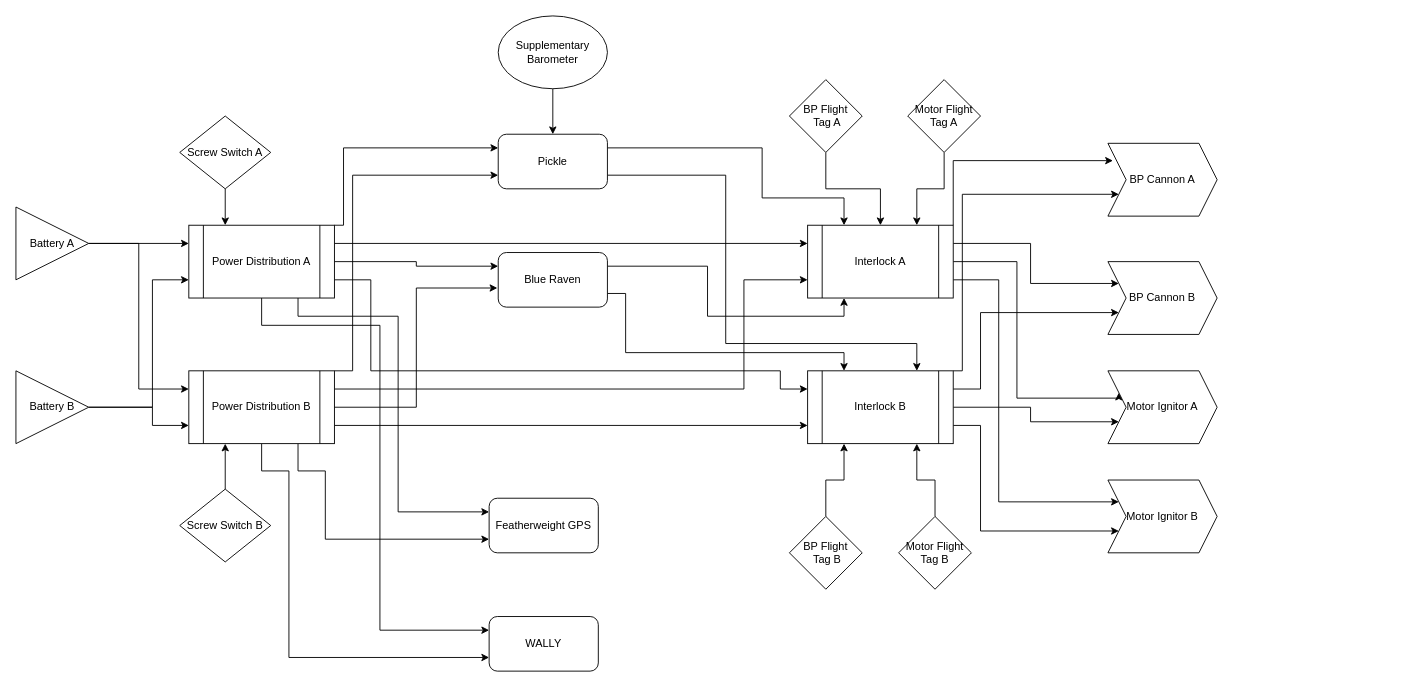
Earlier version of the draw.io diagram SIRIUS_sustainer.drawio (icl-rocketry/wally). Source tidied: cells renumbered, new cells numbered last; positions are measured from the earlier drawing's top-left corner, leaving out a move shared by most shapes. Both pictures are drawn from the tidied source at 91%, with x=0, y=0 at pixel (15, 15).
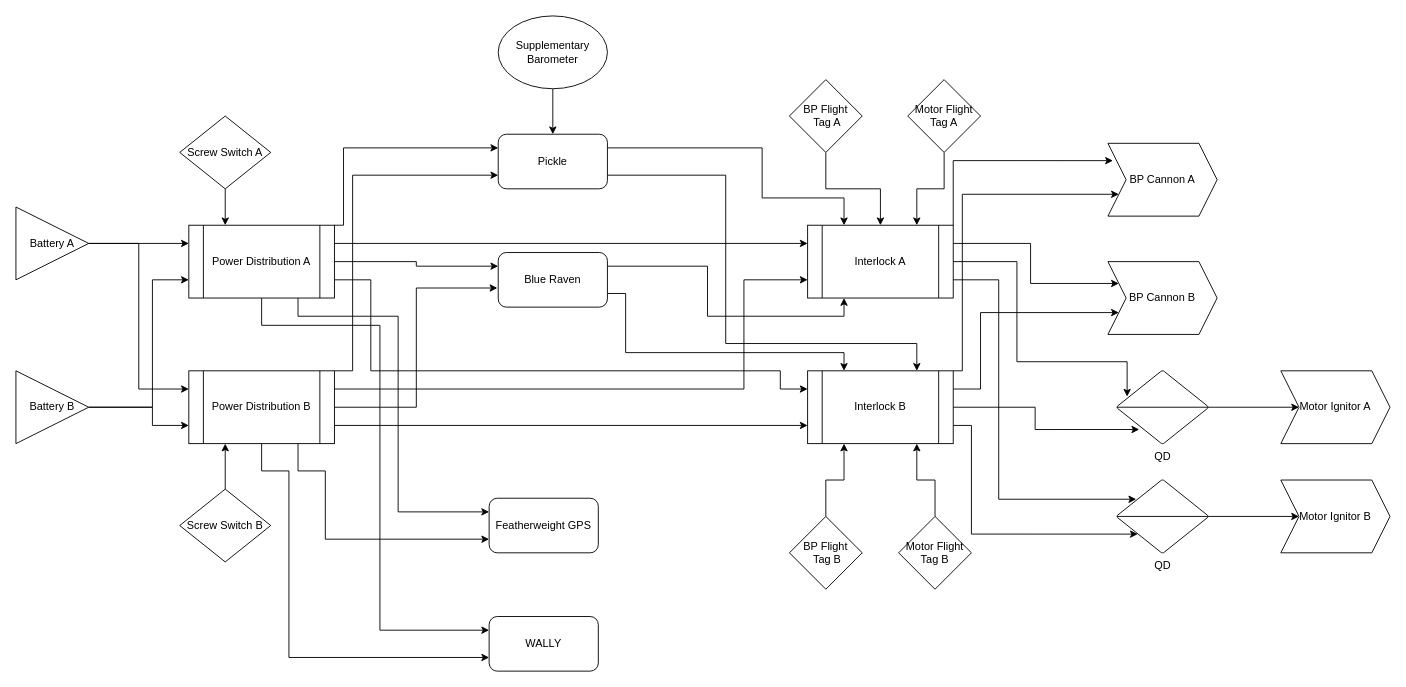
Above is the later version.

Unchanged cells that the change refers to:
```xml
<mxCell id="38" value="Interlock A" style="shape=process;whiteSpace=wrap;html=1;backgroundOutline=1;" parent="1" vertex="1">
  <mxGeometry x="870" y="230" width="160" height="80" as="geometry" />
</mxCell>
<mxCell id="43" value="Interlock B" style="shape=process;whiteSpace=wrap;html=1;backgroundOutline=1;" parent="1" vertex="1">
  <mxGeometry x="870" y="390" width="160" height="80" as="geometry" />
</mxCell>
```

The edit, as a diff of the source:
```diff
@@
-    <mxCell id="36" style="edgeStyle=orthogonalEdgeStyle;rounded=0;jettySize=auto;html=1;exitX=1;exitY=0.5;exitDx=0;exitDy=0;entryX=0;entryY=0.25;entryDx=0;entryDy=0;" parent="1" edge="1" source="38" target="46">
-      <mxGeometry relative="1" as="geometry">
-        <Array as="points">
-          <mxPoint x="1100" y="270" />
-          <mxPoint x="1100" y="420" />
-          <mxPoint x="1212" y="420" />
-        </Array>
-      </mxGeometry>
-    </mxCell>
-    <mxCell id="37" style="edgeStyle=orthogonalEdgeStyle;rounded=0;jettySize=auto;html=1;exitX=1;exitY=0.75;exitDx=0;exitDy=0;entryX=0;entryY=0.25;entryDx=0;entryDy=0;" parent="1" edge="1" source="38" target="47">
-      <mxGeometry relative="1" as="geometry">
-        <Array as="points">
-          <mxPoint x="1080" y="290" />
-          <mxPoint x="1080" y="534" />
-        </Array>
-      </mxGeometry>
-    </mxCell>
@@
-    <mxCell id="41" style="edgeStyle=orthogonalEdgeStyle;rounded=0;jettySize=auto;html=1;exitX=1;exitY=0.5;exitDx=0;exitDy=0;entryX=0;entryY=0.75;entryDx=0;entryDy=0;" parent="1" edge="1" source="43" target="46">
-      <mxGeometry relative="1" as="geometry" />
-    </mxCell>
-    <mxCell id="42" style="edgeStyle=orthogonalEdgeStyle;rounded=0;jettySize=auto;html=1;exitX=1;exitY=0.75;exitDx=0;exitDy=0;entryX=0;entryY=0.75;entryDx=0;entryDy=0;" parent="1" edge="1" source="43" target="47">
-      <mxGeometry relative="1" as="geometry">
-        <Array as="points">
-          <mxPoint x="1060" y="450" />
-          <mxPoint x="1060" y="566" />
-        </Array>
-      </mxGeometry>
-    </mxCell>
@@
     <mxCell id="46" value="Motor Ignitor A" style="shape=step;perimeter=stepPerimeter;whiteSpace=wrap;html=1;fixedSize=1;" parent="1" vertex="1">
-      <mxGeometry x="1200" y="390" width="120" height="80" as="geometry" />
+      <mxGeometry x="1390" y="390" width="120" height="80" as="geometry" />
     </mxCell>
     <mxCell id="47" value="Motor Ignitor B" style="shape=step;perimeter=stepPerimeter;whiteSpace=wrap;html=1;fixedSize=1;" parent="1" vertex="1">
-      <mxGeometry x="1200" y="510" width="120" height="80" as="geometry" />
+      <mxGeometry x="1390" y="510" width="120" height="80" as="geometry" />
     </mxCell>
@@
+    <mxCell id="58" style="edgeStyle=orthogonalEdgeStyle;rounded=0;jettySize=auto;html=1;exitX=1;exitY=0.5;exitDx=0;exitDy=0;exitPerimeter=0;entryX=0;entryY=0.5;entryDx=0;entryDy=0;" parent="1" edge="1" source="59" target="46">
+      <mxGeometry relative="1" as="geometry" />
+    </mxCell>
+    <mxCell id="59" value="QD" style="verticalLabelPosition=bottom;verticalAlign=top;html=1;shape=mxgraph.flowchart.sort;" parent="1" vertex="1">
+      <mxGeometry x="1210" y="390" width="100" height="80" as="geometry" />
+    </mxCell>
+    <mxCell id="60" style="edgeStyle=orthogonalEdgeStyle;rounded=0;jettySize=auto;html=1;exitX=1;exitY=0.5;exitDx=0;exitDy=0;exitPerimeter=0;" parent="1" edge="1" source="61" target="47">
+      <mxGeometry relative="1" as="geometry" />
+    </mxCell>
+    <mxCell id="61" value="QD" style="verticalLabelPosition=bottom;verticalAlign=top;html=1;shape=mxgraph.flowchart.sort;" parent="1" vertex="1">
+      <mxGeometry x="1210" y="510" width="100" height="80" as="geometry" />
+    </mxCell>
+    <mxCell id="62" style="edgeStyle=orthogonalEdgeStyle;rounded=0;jettySize=auto;html=1;exitX=1;exitY=0.5;exitDx=0;exitDy=0;entryX=0.111;entryY=0.354;entryDx=0;entryDy=0;entryPerimeter=0;" parent="1" edge="1" source="38" target="59">
+      <mxGeometry relative="1" as="geometry">
+        <Array as="points">
+          <mxPoint x="1100" y="270" />
+          <mxPoint x="1100" y="380" />
+          <mxPoint x="1221" y="380" />
+        </Array>
+      </mxGeometry>
+    </mxCell>
+    <mxCell id="63" style="edgeStyle=orthogonalEdgeStyle;rounded=0;jettySize=auto;html=1;exitX=1;exitY=0.5;exitDx=0;exitDy=0;entryX=0.244;entryY=0.806;entryDx=0;entryDy=0;entryPerimeter=0;" parent="1" edge="1" source="43" target="59">
+      <mxGeometry relative="1" as="geometry" />
+    </mxCell>
+    <mxCell id="64" style="edgeStyle=orthogonalEdgeStyle;rounded=0;jettySize=auto;html=1;exitX=1;exitY=0.75;exitDx=0;exitDy=0;entryX=0.211;entryY=0.264;entryDx=0;entryDy=0;entryPerimeter=0;" parent="1" edge="1" source="38" target="61">
+      <mxGeometry relative="1" as="geometry">
+        <Array as="points">
+          <mxPoint x="1080" y="290" />
+          <mxPoint x="1080" y="531" />
+        </Array>
+      </mxGeometry>
+    </mxCell>
+    <mxCell id="65" style="edgeStyle=orthogonalEdgeStyle;rounded=0;jettySize=auto;html=1;exitX=1;exitY=0.75;exitDx=0;exitDy=0;entryX=0.228;entryY=0.743;entryDx=0;entryDy=0;entryPerimeter=0;" parent="1" edge="1" source="43" target="61">
+      <mxGeometry relative="1" as="geometry">
+        <Array as="points">
+          <mxPoint x="1050" y="450" />
+          <mxPoint x="1050" y="569" />
+        </Array>
+      </mxGeometry>
+    </mxCell>
```
